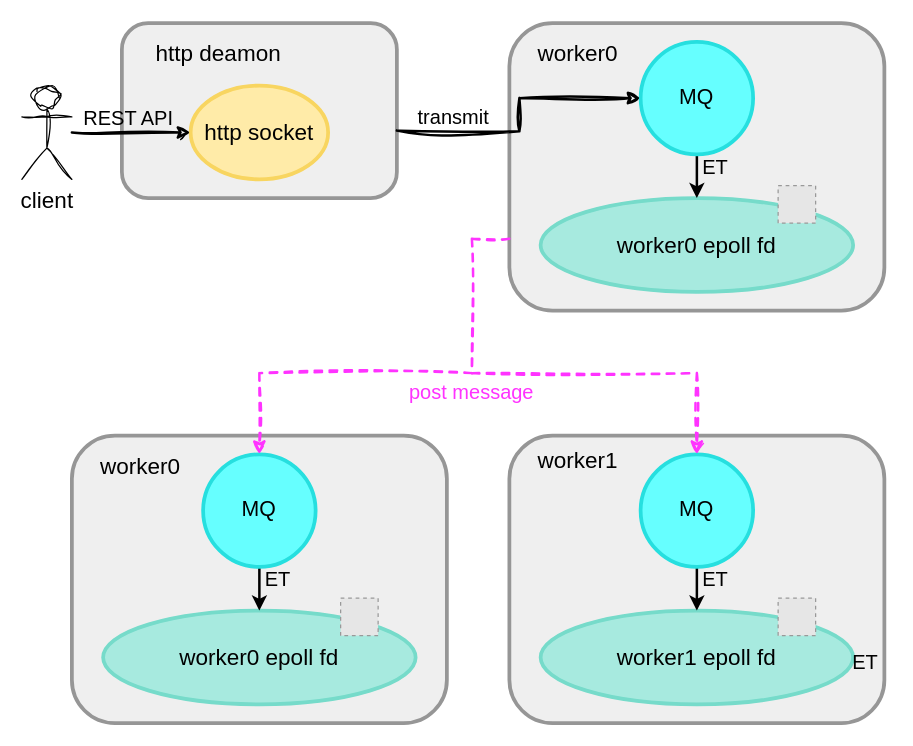
This is page "第 7 页" (7 of 9) of MaxScale.drawio from alchemy-lee/common-resource, a draw.io file, before an edit. Source tidied: cells renumbered, new cells numbered last; positions are measured from the earlier drawing's top-left corner, leaving out a move shared by most shapes. Both pictures are drawn from the tidied source at 125%, with x=0, y=0 at pixel (21, 22). Pictures stored in the file or linked from it are replaced by grey dashed boxes.
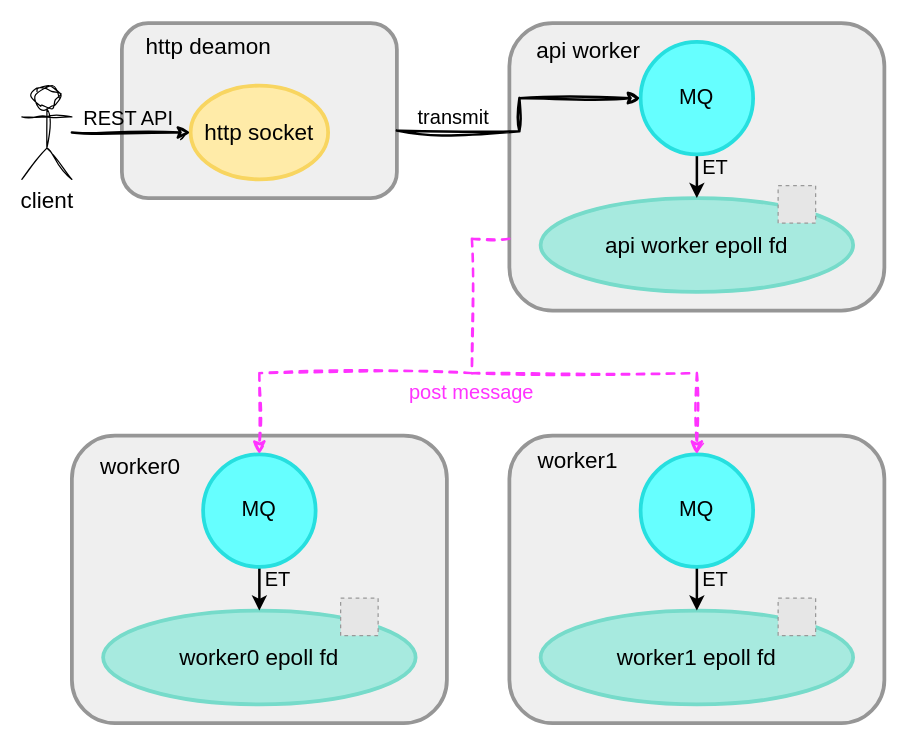
The same diagram, later.

What changed in the source:
```diff
@@
-    <mxCell id="15" value="&lt;font face=&quot;JetBrainsMonoNL Nerd Font Mono&quot; style=&quot;font-size: 16px;&quot;&gt;ET&lt;br&gt;&lt;/font&gt;" style="text;html=1;strokeColor=none;fillColor=none;align=center;verticalAlign=middle;whiteSpace=wrap;rounded=0;" parent="1" vertex="1">
-      <mxGeometry x="655" y="501" width="40" height="20" as="geometry" />
-    </mxCell>
@@
     <mxCell id="17" value="&lt;font face=&quot;JetBrainsMonoNL Nerd Font Mono&quot; style=&quot;font-size: 18px;&quot;&gt;http deamon&lt;/font&gt;" style="text;html=1;strokeColor=none;fillColor=none;align=center;verticalAlign=middle;whiteSpace=wrap;rounded=0;" parent="1" vertex="1">
-      <mxGeometry x="90" y="10" width="135" height="30" as="geometry" />
+      <mxGeometry x="82" y="4" width="135" height="30" as="geometry" />
     </mxCell>
@@
-    <mxCell id="24" value="&lt;font face=&quot;JetBrainsMonoNL Nerd Font Mono&quot; style=&quot;font-size: 18px;&quot;&gt;worker0 epoll fd&lt;/font&gt;" style="ellipse;whiteSpace=wrap;html=1;align=center;fillColor=#a7eadf;strokeColor=#76dbca;strokeWidth=3;" parent="1" vertex="1">
+    <mxCell id="24" value="&lt;font face=&quot;JetBrainsMonoNL Nerd Font Mono&quot; style=&quot;font-size: 18px;&quot;&gt;api worker epoll fd&lt;/font&gt;" style="ellipse;whiteSpace=wrap;html=1;align=center;fillColor=#a7eadf;strokeColor=#76dbca;strokeWidth=3;" parent="1" vertex="1">
       <mxGeometry x="415" y="140" width="250" height="75" as="geometry" />
     </mxCell>
-    <mxCell id="25" value="&lt;font face=&quot;JetBrainsMonoNL Nerd Font Mono&quot; style=&quot;font-size: 18px;&quot;&gt;worker0&lt;/font&gt;" style="text;html=1;strokeColor=none;fillColor=none;align=center;verticalAlign=middle;whiteSpace=wrap;rounded=0;" parent="1" vertex="1">
-      <mxGeometry x="395" y="10" width="100" height="30" as="geometry" />
+    <mxCell id="25" value="&lt;font face=&quot;JetBrainsMonoNL Nerd Font Mono&quot; style=&quot;font-size: 18px;&quot;&gt;api worker&lt;/font&gt;" style="text;html=1;strokeColor=none;fillColor=none;align=center;verticalAlign=middle;whiteSpace=wrap;rounded=0;" parent="1" vertex="1">
+      <mxGeometry x="396" y="7" width="115" height="30" as="geometry" />
     </mxCell>
```
